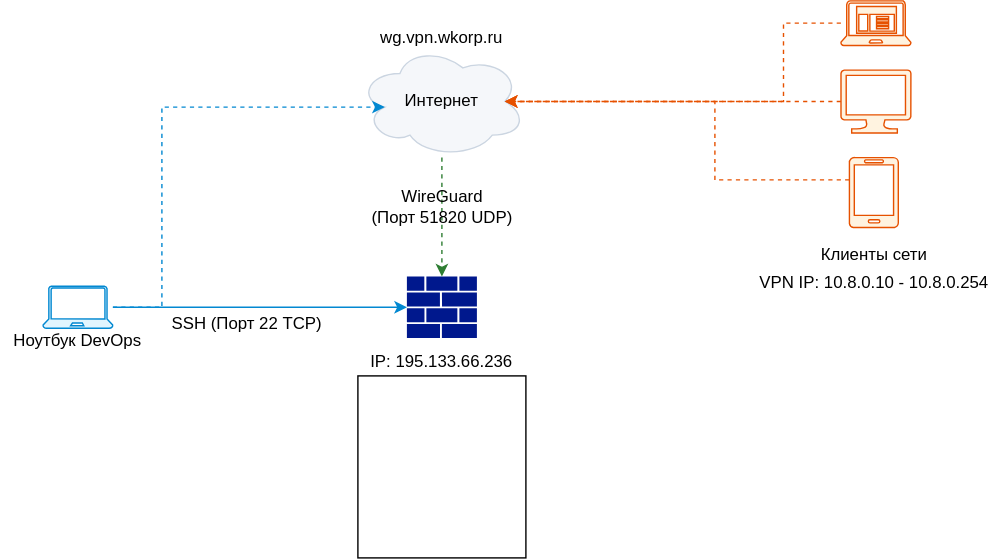
The draw.io diagram project-timeweb/scheme-01.svg in mapsvk/silver-note, before a commit. Source tidied: cells renumbered, new cells last; positions are measured from the earlier drawing's top-left corner, leaving out a move shared by most shapes.
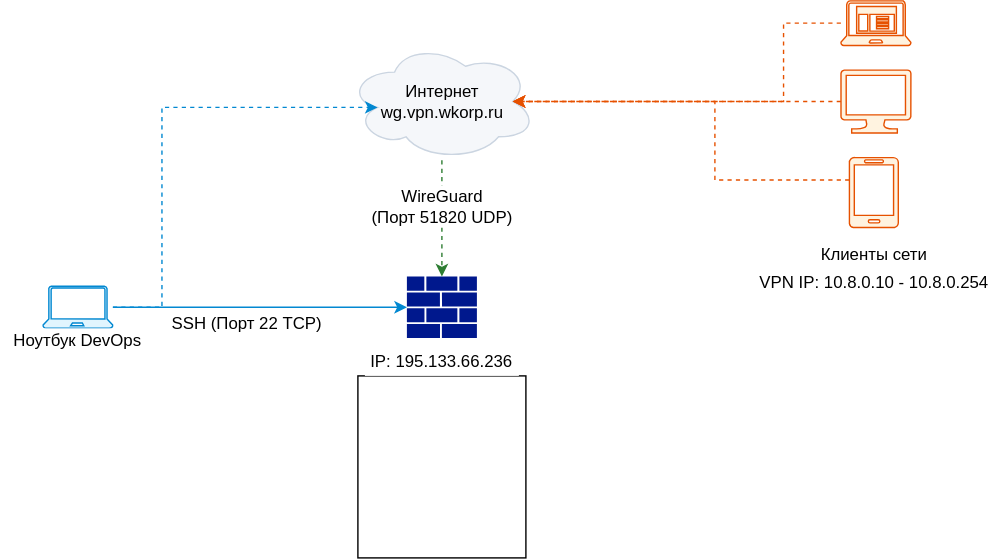
Above is the later version.

Change to the diagram source:
```diff
@@ -2,19 +2,19 @@
   <root>
     <mxCell id="0" />
     <mxCell id="1" parent="0" />
+    <mxCell id="3" value="&lt;font style=&quot;color: rgb(0, 0, 0);&quot;&gt;Интернет&lt;br&gt;wg.vpn.wkorp.ru&lt;/font&gt;" style="ellipse;shape=cloud;whiteSpace=wrap;html=1;fillStyle=auto;fillColor=light-dark(#F5F7FA,#F5F7FA);strokeColor=light-dark(#CBD5E1,#CBD5E1);" parent="1" vertex="1">
+      <mxGeometry x="247.5" y="30" width="135" height="84" as="geometry" />
+    </mxCell>
-    <mxCell id="2" style="rounded=0;whiteSpace=wrap;html=1;fillColor=light-dark(#FFFFFF,#FFFFFF);" parent="1" vertex="1">
+    <mxCell id="2" style="rounded=0;whiteSpace=wrap;html=1;fillColor=light-dark(#FFFFFF,#FFFFFF);fillStyle=auto;" parent="1" vertex="1">
       <mxGeometry x="255" y="268" width="120" height="130" as="geometry" />
     </mxCell>
-    <mxCell id="3" value="Интернет" style="ellipse;shape=cloud;whiteSpace=wrap;html=1;fillStyle=auto;fillColor=light-dark(#F5F7FA,#F5F7FA);strokeColor=light-dark(#CBD5E1,#CBD5E1);" parent="1" vertex="1">
-      <mxGeometry x="255" y="32" width="120" height="80" as="geometry" />
-    </mxCell>
-    <mxCell id="4" value="IP: 195.133.66.236" style="text;html=1;whiteSpace=wrap;strokeColor=none;fillColor=none;align=center;verticalAlign=middle;rounded=0;" parent="1" vertex="1">
+    <mxCell id="4" value="IP: 195.133.66.236" style="text;html=1;whiteSpace=wrap;strokeColor=none;fillColor=light-dark(#FFFFFF,#FFFFFF);align=center;verticalAlign=middle;rounded=0;" parent="1" vertex="1">
       <mxGeometry x="260" y="248" width="110" height="20" as="geometry" />
     </mxCell>
     <mxCell id="5" style="verticalLabelPosition=bottom;html=1;verticalAlign=top;align=center;strokeColor=#0288D1;fillColor=light-dark(#E1F5FE,#E1F5FE);shape=mxgraph.azure.laptop;" parent="1" vertex="1">
       <mxGeometry x="30" y="204" width="50" height="30" as="geometry" />
     </mxCell>
-    <mxCell id="6" value="Ноутбук DevOps" style="text;html=1;whiteSpace=wrap;strokeColor=none;fillColor=none;align=center;verticalAlign=middle;rounded=0;" parent="1" vertex="1">
+    <mxCell id="6" value="Ноутбук DevOps" style="text;html=1;whiteSpace=wrap;strokeColor=none;fillColor=light-dark(#FFFFFF,#FFFFFF);align=center;verticalAlign=middle;rounded=0;" parent="1" vertex="1">
       <mxGeometry y="234" width="110" height="18.5" as="geometry" />
     </mxCell>
     <mxCell id="7" style="sketch=0;shadow=0;dashed=0;html=1;strokeColor=#E65100;labelPosition=center;verticalLabelPosition=bottom;verticalAlign=top;align=center;fillColor=light-dark(#FFF3E0,#FFF3E0);shape=mxgraph.mscae.enterprise.client_application;" parent="1" vertex="1">
@@ -26,21 +26,18 @@
     <mxCell id="9" style="sketch=0;shadow=0;dashed=0;html=1;strokeColor=#E65100;labelPosition=center;verticalLabelPosition=bottom;verticalAlign=top;align=center;fillColor=light-dark(#FFF3E0,#FFF3E0);shape=mxgraph.azure.mobile;" parent="1" vertex="1">
       <mxGeometry x="606" y="112" width="35" height="50" as="geometry" />
     </mxCell>
-    <mxCell id="10" value="SSH (Порт 22 TCP)" style="text;html=1;whiteSpace=wrap;strokeColor=none;fillColor=none;align=center;verticalAlign=middle;rounded=0;" parent="1" vertex="1">
+    <mxCell id="10" value="SSH (Порт 22 TCP)" style="text;html=1;whiteSpace=wrap;strokeColor=none;fillColor=light-dark(#FFFFFF,#FFFFFF);align=center;verticalAlign=middle;rounded=0;" parent="1" vertex="1">
       <mxGeometry x="121" y="221" width="110" height="20" as="geometry" />
     </mxCell>
-    <mxCell id="11" value="Клиенты сети" style="text;html=1;whiteSpace=wrap;strokeColor=none;fillColor=none;align=center;verticalAlign=middle;rounded=0;" parent="1" vertex="1">
+    <mxCell id="11" value="Клиенты сети" style="text;html=1;whiteSpace=wrap;strokeColor=none;fillColor=light-dark(#FFFFFF,#FFFFFF);align=center;verticalAlign=middle;rounded=0;" parent="1" vertex="1">
       <mxGeometry x="568.5" y="172" width="110" height="20" as="geometry" />
     </mxCell>
-    <mxCell id="12" value="VPN IP: 10.8.0.10 - 10.8.0.254" style="text;html=1;whiteSpace=wrap;strokeColor=none;fillColor=none;align=center;verticalAlign=middle;rounded=0;" parent="1" vertex="1">
+    <mxCell id="12" value="VPN IP: 10.8.0.10 - 10.8.0.254" style="text;html=1;whiteSpace=wrap;strokeColor=none;fillColor=light-dark(#FFFFFF,#FFFFFF);align=center;verticalAlign=middle;rounded=0;" parent="1" vertex="1">
       <mxGeometry x="533.5" y="192" width="180" height="20" as="geometry" />
     </mxCell>
     <mxCell id="13" style="sketch=0;shadow=0;dashed=0;html=1;strokeColor=none;labelPosition=center;verticalLabelPosition=bottom;verticalAlign=top;align=center;fillColor=#00188D;shape=mxgraph.mscae.enterprise.firewall;" parent="1" vertex="1">
       <mxGeometry x="290" y="197" width="50" height="44" as="geometry" />
     </mxCell>
-    <mxCell id="14" value="wg.vpn.wkorp.ru" style="text;html=1;whiteSpace=wrap;strokeColor=none;fillColor=none;align=center;verticalAlign=middle;rounded=0;" parent="1" vertex="1">
-      <mxGeometry x="259.5" y="17" width="110" height="20" as="geometry" />
-    </mxCell>
     <mxCell id="15" style="edgeStyle=orthogonalEdgeStyle;rounded=0;jettySize=auto;html=1;entryX=0.875;entryY=0.5;entryDx=0;entryDy=0;entryPerimeter=0;strokeColor=light-dark(#E65100,#E65100);dashed=1;" parent="1" edge="1" source="8" target="3">
       <mxGeometry relative="1" as="geometry" />
     </mxCell>
@@ -55,7 +52,7 @@
     <mxCell id="17" style="edgeStyle=orthogonalEdgeStyle;rounded=0;jettySize=auto;html=1;entryX=0.5;entryY=0;entryDx=0;entryDy=0;entryPerimeter=0;strokeColor=#2E7D32;dashed=1;labelPosition=center;verticalLabelPosition=top;align=center;verticalAlign=bottom;" parent="1" edge="1" source="3" target="13">
       <mxGeometry relative="1" as="geometry" />
     </mxCell>
-    <mxCell id="18" value="WireGuard&lt;div&gt;(Порт 51820 UDP)&lt;/div&gt;" style="text;html=1;whiteSpace=wrap;strokeColor=none;fillColor=none;align=center;verticalAlign=middle;rounded=0;" parent="1" vertex="1">
+    <mxCell id="18" value="WireGuard&lt;div&gt;(Порт 51820 UDP)&lt;/div&gt;" style="text;html=1;whiteSpace=wrap;strokeColor=none;fillColor=light-dark(#FFFFFF,#FFFFFF);align=center;verticalAlign=middle;rounded=0;" parent="1" vertex="1">
       <mxGeometry x="260.5" y="132" width="109" height="30" as="geometry" />
     </mxCell>
     <mxCell id="19" style="edgeStyle=orthogonalEdgeStyle;rounded=0;jettySize=auto;html=1;entryX=0.875;entryY=0.5;entryDx=0;entryDy=0;entryPerimeter=0;strokeColor=light-dark(#E65100,#E65100);dashed=1;" parent="1" edge="1" source="7" target="3">
```
